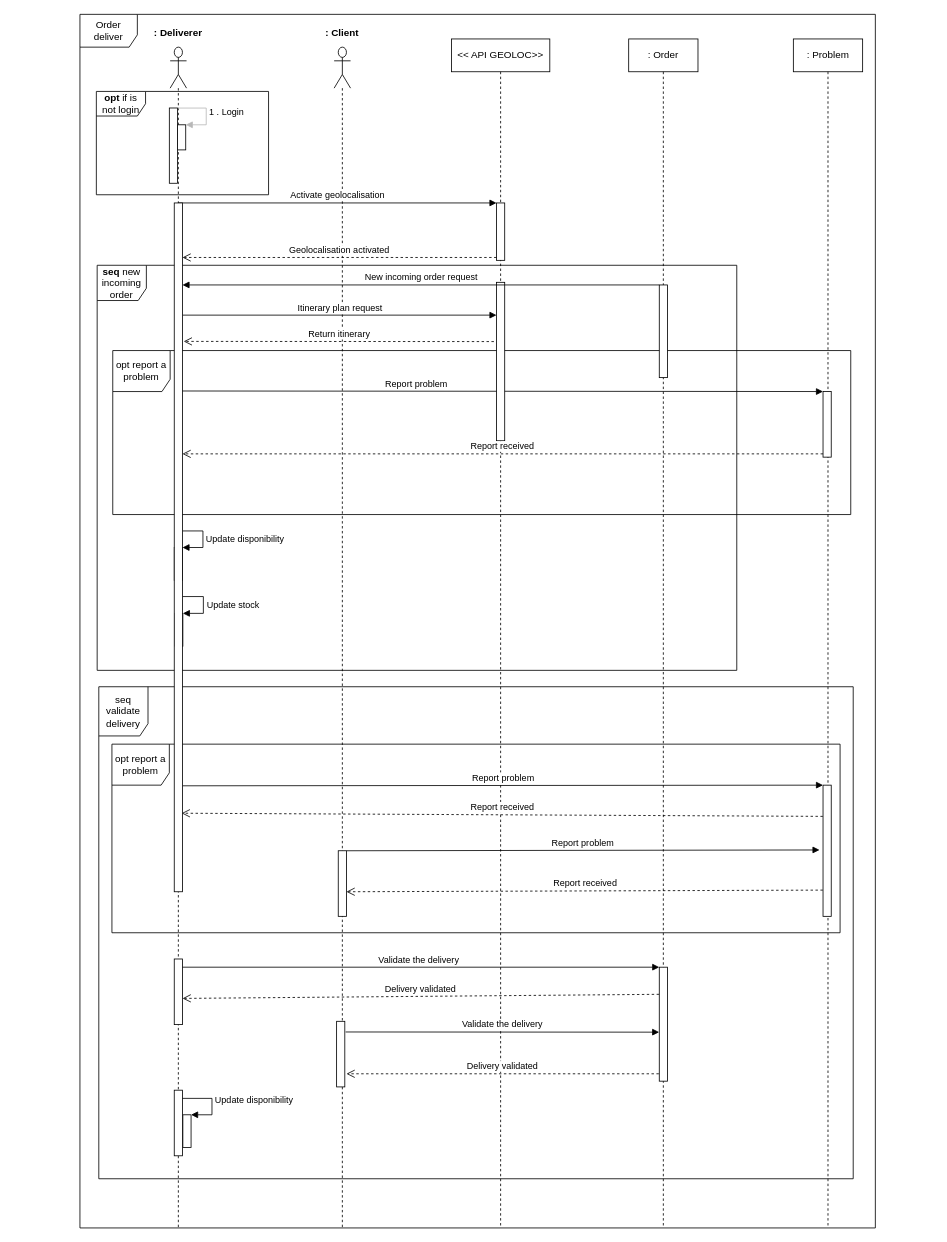
Above: page "Livraison d'une commande" (3 of 3) of Diagrammes de séquence.drawio in klaxurit/JuncaHugo_4_10122021 (draw.io), before the change. Source tidied: cells renumbered, new cells numbered last; positions are measured from the earlier drawing's top-left corner, leaving out a move shared by most shapes. Both pictures are drawn from the tidied source at 82%, with x=0, y=0 at pixel (80, 14).
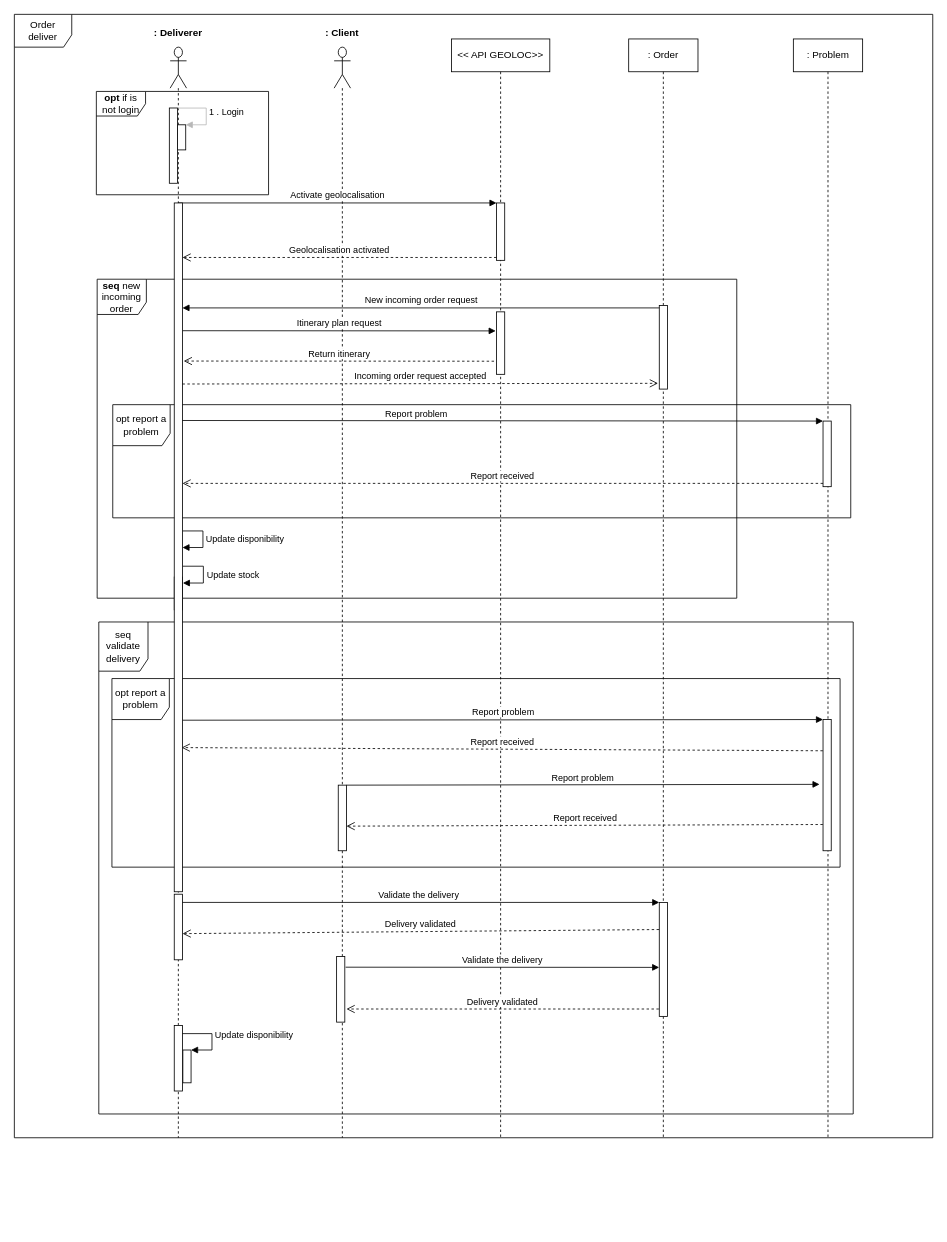
Above is the later version.

Unchanged cells that the change refers to:
```xml
<mxCell id="47" style="html=1;points=[];perimeter=orthogonalPerimeter;" parent="1" vertex="1">
  <mxGeometry x="115" y="230" width="10" height="840" as="geometry" />
</mxCell>
```

Change to the diagram source:
```diff
@@
     <mxCell id="2" style="shape=umlLifeline;participant=umlActor;perimeter=lifelinePerimeter;whiteSpace=wrap;html=1;verticalAlign=top;spacingTop=36;size=50;direction=west;horizontal=1;flipV=1;" parent="1" vertex="1">
-      <mxGeometry x="310" y="40" width="20" height="1440" as="geometry" />
+      <mxGeometry x="310" y="40" width="20" height="1330" as="geometry" />
     </mxCell>
     <mxCell id="3" value="Order deliver" style="shape=umlFrame;whiteSpace=wrap;html=1;fillColor=default;width=70;height=40;" parent="1" vertex="1">
-      <mxGeometry width="970" height="1480" as="geometry" />
+      <mxGeometry x="-80" width="1120" height="1370" as="geometry" />
     </mxCell>
     <mxCell id="4" value="&lt;b&gt;seq&lt;/b&gt;&amp;nbsp;new incoming order" style="shape=umlFrame;whiteSpace=wrap;html=1;width=60;height=43;" parent="1" vertex="1">
-      <mxGeometry x="21" y="306" width="780" height="494" as="geometry" />
+      <mxGeometry x="21" y="323" width="780" height="389" as="geometry" />
     </mxCell>
     <mxCell id="5" value="opt report a problem" style="shape=umlFrame;whiteSpace=wrap;html=1;width=70;height=50;" parent="1" vertex="1">
-      <mxGeometry x="40" y="410" width="900" height="200" as="geometry" />
+      <mxGeometry x="40" y="476" width="900" height="138" as="geometry" />
     </mxCell>
-    <mxCell id="6" value="Report problem" style="html=1;verticalAlign=bottom;endArrow=block;entryX=0;entryY=0;rounded=0;exitX=0.9;exitY=0.273;exitDx=0;exitDy=0;exitPerimeter=0;" parent="1" edge="1" source="47" target="30">
-      <mxGeometry x="-0.27" relative="1" as="geometry" />
+    <mxCell id="6" value="Report problem" style="html=1;verticalAlign=bottom;endArrow=block;entryX=0;entryY=0;rounded=0;exitX=0.9;exitY=0.273;exitDx=0;exitDy=0;exitPerimeter=0;" parent="1" edge="1" target="30">
+      <mxGeometry x="-0.27" relative="1" as="geometry">
+        <mxPoint x="124" y="495.3" as="sourcePoint" />
+      </mxGeometry>
     </mxCell>
     <mxCell id="7" value="seq validate delivery" style="shape=umlFrame;whiteSpace=wrap;html=1;width=60;height=60;" parent="1" vertex="1">
-      <mxGeometry x="23" y="820" width="920" height="600" as="geometry" />
+      <mxGeometry x="23" y="741" width="920" height="600" as="geometry" />
     </mxCell>
     <mxCell id="8" value="opt report a problem" style="shape=umlFrame;whiteSpace=wrap;html=1;width=70;height=50;" parent="1" vertex="1">
-      <mxGeometry x="39" y="890" width="888" height="230" as="geometry" />
+      <mxGeometry x="39" y="810" width="888" height="230" as="geometry" />
     </mxCell>
     <mxCell id="9" style="shape=umlLifeline;participant=umlActor;perimeter=lifelinePerimeter;whiteSpace=wrap;html=1;verticalAlign=top;spacingTop=36;outlineConnect=0;size=50;direction=west;horizontal=1;flipV=1;" parent="1" vertex="1">
-      <mxGeometry x="110" y="40" width="20" height="1440" as="geometry" />
+      <mxGeometry x="110" y="40" width="20" height="1330" as="geometry" />
     </mxCell>
@@
     <mxCell id="11" value="&amp;lt;&amp;lt; API GEOLOC&amp;gt;&amp;gt;" style="shape=umlLifeline;perimeter=lifelinePerimeter;whiteSpace=wrap;html=1;" parent="1" vertex="1">
-      <mxGeometry x="453" y="30" width="120" height="1450" as="geometry" />
+      <mxGeometry x="453" y="30" width="120" height="1340" as="geometry" />
     </mxCell>
@@
     <mxCell id="13" style="html=1;points=[];perimeter=orthogonalPerimeter;" parent="11" vertex="1">
-      <mxGeometry x="55" y="296.8" width="10" height="193.2" as="geometry" />
+      <mxGeometry x="55" y="332.8" width="10" height="76.2" as="geometry" />
     </mxCell>
     <mxCell id="14" value=": Order" style="shape=umlLifeline;perimeter=lifelinePerimeter;whiteSpace=wrap;html=1;" parent="1" vertex="1">
-      <mxGeometry x="669.2" y="30" width="84.5" height="1450" as="geometry" />
+      <mxGeometry x="669.2" y="30" width="84.5" height="1340" as="geometry" />
     </mxCell>
-    <mxCell id="15" value="Itinerary plan request" style="html=1;verticalAlign=bottom;endArrow=block;rounded=0;" parent="1" edge="1" target="13">
+    <mxCell id="15" value="Itinerary plan request" style="html=1;verticalAlign=bottom;endArrow=block;rounded=0;entryX=-0.1;entryY=0.305;entryDx=0;entryDy=0;entryPerimeter=0;" parent="1" edge="1" target="13">
       <mxGeometry relative="1" as="geometry">
-        <mxPoint x="125" y="366.8" as="sourcePoint" />
+        <mxPoint x="125" y="385.8" as="sourcePoint" />
       </mxGeometry>
     </mxCell>
     <mxCell id="16" style="html=1;points=[];perimeter=orthogonalPerimeter;" parent="1" vertex="1">
-      <mxGeometry x="115" y="650.2" width="10" height="40" as="geometry" />
+      <mxGeometry x="115" y="686.2" width="10" height="40" as="geometry" />
     </mxCell>
-    <mxCell id="17" value="Update disponibility" style="edgeStyle=orthogonalEdgeStyle;html=1;align=left;spacingLeft=2;endArrow=block;rounded=0;entryX=1;entryY=0;" parent="1" edge="1" target="16">
+    <mxCell id="17" value="Update disponibility" style="edgeStyle=orthogonalEdgeStyle;html=1;align=left;spacingLeft=2;endArrow=block;rounded=0;entryX=1;entryY=0;" parent="1" edge="1">
       <mxGeometry relative="1" as="geometry">
         <mxPoint x="125" y="630" as="sourcePoint" />
+        <mxPoint x="125" y="650.2" as="targetPoint" />
         <Array as="points">
           <mxPoint x="150" y="630.2" />
           <mxPoint x="150" y="650.2" />
         </Array>
       </mxGeometry>
     </mxCell>
-    <mxCell id="18" style="html=1;points=[];perimeter=orthogonalPerimeter;" parent="1" vertex="1">
-      <mxGeometry x="115.5" y="730.5" width="10" height="40" as="geometry" />
-    </mxCell>
-    <mxCell id="19" value="Update stock" style="edgeStyle=orthogonalEdgeStyle;html=1;align=left;spacingLeft=2;endArrow=block;rounded=0;entryX=1;entryY=0;" parent="1" edge="1" target="18">
+    <mxCell id="19" value="Update stock" style="edgeStyle=orthogonalEdgeStyle;html=1;align=left;spacingLeft=2;endArrow=block;rounded=0;entryX=1;entryY=0;" parent="1" edge="1">
       <mxGeometry relative="1" as="geometry">
-        <mxPoint x="125" y="710" as="sourcePoint" />
+        <mxPoint x="125" y="673" as="sourcePoint" />
+        <mxPoint x="125.5" y="693.5" as="targetPoint" />
         <Array as="points">
-          <mxPoint x="150.5" y="710.5" />
-          <mxPoint x="150.5" y="730.5" />
+          <mxPoint x="150.5" y="673.5" />
+          <mxPoint x="150.5" y="693.5" />
         </Array>
       </mxGeometry>
     </mxCell>
     <mxCell id="20" style="html=1;points=[];perimeter=orthogonalPerimeter;" parent="1" vertex="1">
-      <mxGeometry x="706.5" y="330" width="10" height="113" as="geometry" />
+      <mxGeometry x="706.5" y="355" width="10" height="102" as="geometry" />
     </mxCell>
@@
-    <mxCell id="27" value="New incoming order request" style="html=1;verticalAlign=bottom;endArrow=block;rounded=0;" parent="1" edge="1" target="47">
+    <mxCell id="27" value="New incoming order request" style="html=1;verticalAlign=bottom;endArrow=block;rounded=0;" parent="1" edge="1">
       <mxGeometry relative="1" as="geometry">
-        <mxPoint x="706.5" y="330" as="sourcePoint" />
+        <mxPoint x="706.5" y="358" as="sourcePoint" />
+        <mxPoint x="125" y="358" as="targetPoint" />
       </mxGeometry>
     </mxCell>
-    <mxCell id="28" value="Return itinerary" style="html=1;verticalAlign=bottom;endArrow=open;dashed=1;endSize=8;rounded=0;entryX=1.15;entryY=0.201;entryDx=0;entryDy=0;entryPerimeter=0;exitX=-0.317;exitY=0.374;exitDx=0;exitDy=0;exitPerimeter=0;" parent="1" edge="1" source="13" target="47">
-      <mxGeometry relative="1" as="geometry" />
+    <mxCell id="28" value="Return itinerary" style="html=1;verticalAlign=bottom;endArrow=open;dashed=1;endSize=8;rounded=0;entryX=1.15;entryY=0.201;entryDx=0;entryDy=0;entryPerimeter=0;exitX=-0.3;exitY=0.79;exitDx=0;exitDy=0;exitPerimeter=0;" parent="1" edge="1" source="13">
+      <mxGeometry relative="1" as="geometry">
+        <mxPoint x="126.5" y="422.8" as="targetPoint" />
+      </mxGeometry>
     </mxCell>
     <mxCell id="29" value=": Problem" style="shape=umlLifeline;perimeter=lifelinePerimeter;whiteSpace=wrap;html=1;" parent="1" vertex="1">
-      <mxGeometry x="870" y="30" width="84.5" height="1450" as="geometry" />
+      <mxGeometry x="870" y="30" width="84.5" height="1340" as="geometry" />
     </mxCell>
     <mxCell id="30" style="html=1;points=[];perimeter=orthogonalPerimeter;" parent="1" vertex="1">
-      <mxGeometry x="906.2" y="460" width="10" height="80" as="geometry" />
+      <mxGeometry x="906.2" y="496" width="10" height="80" as="geometry" />
     </mxCell>
-    <mxCell id="31" value="Report received" style="html=1;verticalAlign=bottom;endArrow=open;dashed=1;endSize=8;exitX=0;exitY=0.95;rounded=0;" parent="1" edge="1" source="30" target="47">
-      <mxGeometry relative="1" as="geometry" />
+    <mxCell id="31" value="Report received" style="html=1;verticalAlign=bottom;endArrow=open;dashed=1;endSize=8;exitX=0;exitY=0.95;rounded=0;" parent="1" edge="1" source="30">
+      <mxGeometry relative="1" as="geometry">
+        <mxPoint x="125" y="572" as="targetPoint" />
+      </mxGeometry>
     </mxCell>
     <mxCell id="32" style="html=1;points=[];perimeter=orthogonalPerimeter;" parent="1" vertex="1">
-      <mxGeometry x="906.2" y="940" width="10" height="160" as="geometry" />
+      <mxGeometry x="906.2" y="860" width="10" height="160" as="geometry" />
     </mxCell>
     <mxCell id="33" value="Report problem" style="html=1;verticalAlign=bottom;endArrow=block;entryX=0;entryY=0;rounded=0;exitX=1;exitY=0.336;exitDx=0;exitDy=0;exitPerimeter=0;" parent="1" edge="1" target="32">
       <mxGeometry relative="1" as="geometry">
-        <mxPoint x="125" y="940.8" as="sourcePoint" />
+        <mxPoint x="125" y="860.8" as="sourcePoint" />
       </mxGeometry>
     </mxCell>
-    <mxCell id="34" value="Report received" style="html=1;verticalAlign=bottom;endArrow=open;dashed=1;endSize=8;exitX=-0.024;exitY=0.238;rounded=0;exitDx=0;exitDy=0;exitPerimeter=0;entryX=0.9;entryY=0.886;entryDx=0;entryDy=0;entryPerimeter=0;" parent="1" edge="1" source="32" target="47">
-      <mxGeometry relative="1" as="geometry" />
+    <mxCell id="34" value="Report received" style="html=1;verticalAlign=bottom;endArrow=open;dashed=1;endSize=8;exitX=-0.024;exitY=0.238;rounded=0;exitDx=0;exitDy=0;exitPerimeter=0;entryX=0.9;entryY=0.886;entryDx=0;entryDy=0;entryPerimeter=0;" parent="1" edge="1" source="32">
+      <mxGeometry relative="1" as="geometry">
+        <mxPoint x="124" y="894.2" as="targetPoint" />
+      </mxGeometry>
     </mxCell>
     <mxCell id="35" style="html=1;perimeter=orthogonalPerimeter;" parent="1" vertex="1">
-      <mxGeometry x="315" y="1020" width="10" height="80" as="geometry" />
+      <mxGeometry x="315" y="940" width="10" height="80" as="geometry" />
     </mxCell>
     <mxCell id="36" value="Report problem" style="html=1;verticalAlign=bottom;endArrow=block;rounded=0;entryX=-0.424;entryY=0.494;entryDx=0;entryDy=0;entryPerimeter=0;" parent="1" edge="1" target="32">
       <mxGeometry relative="1" as="geometry">
-        <mxPoint x="325" y="1020" as="sourcePoint" />
+        <mxPoint x="325" y="940" as="sourcePoint" />
       </mxGeometry>
     </mxCell>
     <mxCell id="37" value="Report received" style="html=1;verticalAlign=bottom;endArrow=open;dashed=1;endSize=8;rounded=0;exitX=-0.024;exitY=0.8;exitDx=0;exitDy=0;exitPerimeter=0;" parent="1" edge="1" source="32">
       <mxGeometry relative="1" as="geometry">
-        <mxPoint x="325" y="1070" as="targetPoint" />
+        <mxPoint x="325" y="990" as="targetPoint" />
       </mxGeometry>
     </mxCell>
     <mxCell id="38" style="html=1;points=[];perimeter=orthogonalPerimeter;" parent="1" vertex="1">
-      <mxGeometry x="706.5" y="1162" width="10" height="139" as="geometry" />
+      <mxGeometry x="706.5" y="1083" width="10" height="139" as="geometry" />
     </mxCell>
     <mxCell id="39" value="Validate the delivery" style="html=1;verticalAlign=bottom;endArrow=block;entryX=0;entryY=0;rounded=0;" parent="1" edge="1" target="38">
       <mxGeometry relative="1" as="geometry">
-        <mxPoint x="120" y="1162" as="sourcePoint" />
+        <mxPoint x="120" y="1083" as="sourcePoint" />
       </mxGeometry>
     </mxCell>
@@
     <mxCell id="41" value="Validate the delivery" style="html=1;verticalAlign=bottom;endArrow=block;rounded=0;entryX=-0.01;entryY=0.57;entryDx=0;entryDy=0;entryPerimeter=0;" parent="1" edge="1" target="38">
       <mxGeometry relative="1" as="geometry">
-        <mxPoint x="324" y="1241" as="sourcePoint" />
+        <mxPoint x="324" y="1162" as="sourcePoint" />
       </mxGeometry>
     </mxCell>
     <mxCell id="42" value="Delivery validated" style="html=1;verticalAlign=bottom;endArrow=open;dashed=1;endSize=8;rounded=0;" parent="1" edge="1">
       <mxGeometry relative="1" as="geometry">
-        <mxPoint x="706" y="1292" as="sourcePoint" />
-        <mxPoint x="325" y="1292" as="targetPoint" />
+        <mxPoint x="706" y="1213" as="sourcePoint" />
+        <mxPoint x="325" y="1213" as="targetPoint" />
       </mxGeometry>
     </mxCell>
     <mxCell id="43" style="html=1;points=[];perimeter=orthogonalPerimeter;" parent="1" vertex="1">
-      <mxGeometry x="115" y="1152" width="10" height="80" as="geometry" />
+      <mxGeometry x="115" y="1073" width="10" height="80" as="geometry" />
     </mxCell>
     <mxCell id="44" style="html=1;points=[];perimeter=orthogonalPerimeter;" parent="1" vertex="1">
-      <mxGeometry x="125.5" y="1342" width="10" height="40" as="geometry" />
+      <mxGeometry x="125.5" y="1263" width="10" height="40" as="geometry" />
     </mxCell>
     <mxCell id="45" value="Update disponibility" style="edgeStyle=orthogonalEdgeStyle;html=1;align=left;spacingLeft=2;endArrow=block;rounded=0;entryX=1;entryY=0;exitX=0.5;exitY=0.125;exitDx=0;exitDy=0;exitPerimeter=0;" parent="1" edge="1" source="46" target="44">
       <mxGeometry relative="1" as="geometry">
         <Array as="points">
-          <mxPoint x="161" y="1322" />
-          <mxPoint x="161" y="1342" />
+          <mxPoint x="161" y="1243" />
+          <mxPoint x="161" y="1263" />
         </Array>
       </mxGeometry>
     </mxCell>
     <mxCell id="46" style="html=1;points=[];perimeter=orthogonalPerimeter;" parent="1" vertex="1">
-      <mxGeometry x="115" y="1312" width="10" height="80" as="geometry" />
+      <mxGeometry x="115" y="1233" width="10" height="80" as="geometry" />
     </mxCell>
@@
     <mxCell id="49" style="html=1;perimeter=orthogonalPerimeter;" parent="1" vertex="1">
-      <mxGeometry x="313" y="1228" width="10" height="80" as="geometry" />
+      <mxGeometry x="313" y="1149" width="10" height="80" as="geometry" />
     </mxCell>
+    <mxCell id="50" value="Incoming order request accepted" style="html=1;verticalAlign=bottom;endArrow=open;dashed=1;endSize=8;rounded=0;entryX=-0.15;entryY=0.931;entryDx=0;entryDy=0;entryPerimeter=0;exitX=1;exitY=0.22;exitDx=0;exitDy=0;exitPerimeter=0;" parent="1" edge="1" target="20">
+      <mxGeometry relative="1" as="geometry">
+        <mxPoint x="125" y="450.8" as="sourcePoint" />
+      </mxGeometry>
+    </mxCell>
```
